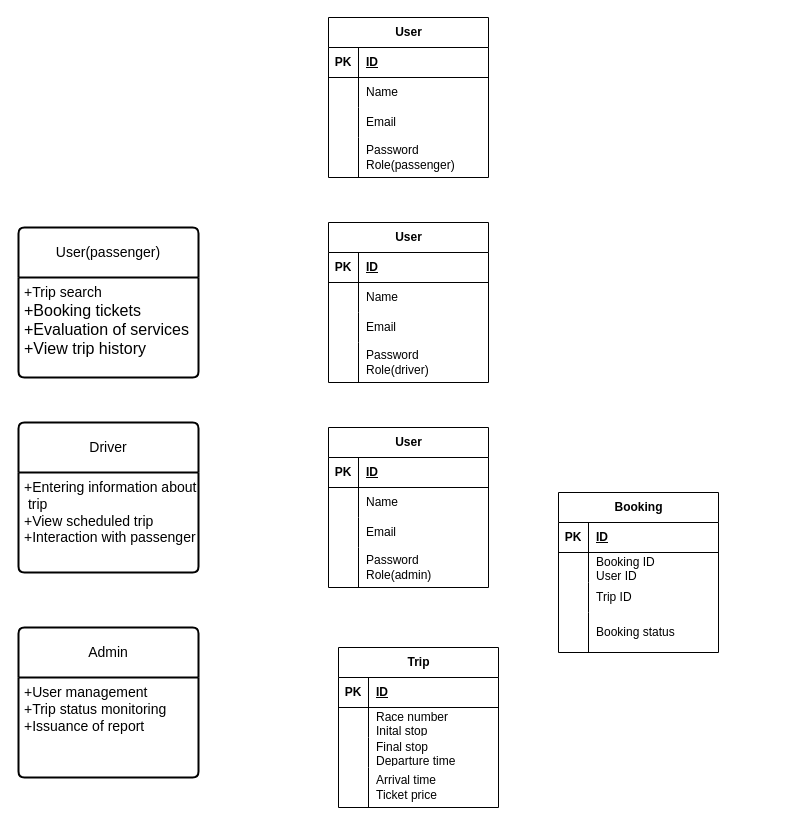
Earlier version of the draw.io diagram Диаграмма курсовая.drawio (Gorodny/Animation). Source tidied: cells renumbered, new cells numbered last; positions are measured from the earlier drawing's top-left corner, leaving out a move shared by most shapes. Both pictures are drawn from the tidied source at 100%, with x=0, y=0 at pixel (18, 17).
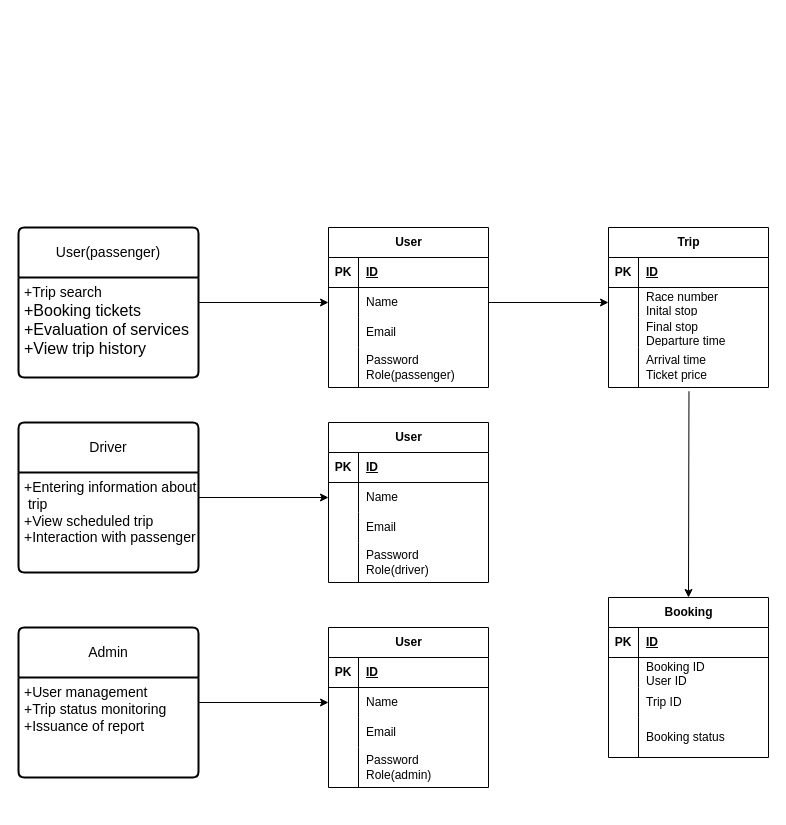
The same diagram, later.

Unchanged cells that the change refers to:
```xml
<mxCell id="3" value="&lt;font style=&quot;font-size: 14px;&quot;&gt;+T&lt;/font&gt;&lt;font style=&quot;font-size: 14px;&quot;&gt;rip search&lt;/font&gt;&lt;div&gt;&lt;font size=&quot;3&quot;&gt;+Booking tickets&lt;/font&gt;&lt;/div&gt;&lt;div&gt;&lt;font size=&quot;3&quot;&gt;+Evaluation of services&lt;/font&gt;&lt;/div&gt;&lt;div&gt;&lt;font size=&quot;3&quot;&gt;+View trip history&lt;/font&gt;&lt;/div&gt;" style="align=left;strokeColor=none;fillColor=none;spacingLeft=4;fontSize=12;verticalAlign=top;html=1;" parent="2" vertex="1">
  <mxGeometry y="50" width="180" height="100" as="geometry" />
</mxCell>
<mxCell id="5" value="&lt;font style=&quot;font-size: 14px;&quot;&gt;+Entering information about&lt;/font&gt;&lt;div&gt;&lt;font style=&quot;font-size: 14px;&quot;&gt;&amp;nbsp;trip&lt;/font&gt;&lt;/div&gt;&lt;div&gt;&lt;font style=&quot;font-size: 14px;&quot;&gt;+View scheduled trip&lt;/font&gt;&lt;/div&gt;&lt;div&gt;&lt;font style=&quot;font-size: 14px;&quot;&gt;+Interaction with passenger&amp;nbsp;&lt;/font&gt;&lt;/div&gt;" style="align=left;strokeColor=none;fillColor=none;spacingLeft=4;fontSize=12;verticalAlign=top;html=1;" parent="4" vertex="1">
  <mxGeometry y="50" width="180" height="100" as="geometry" />
</mxCell>
<mxCell id="7" value="&lt;span style=&quot;font-size: 14px;&quot;&gt;+User management&lt;/span&gt;&lt;div&gt;&lt;span style=&quot;font-size: 14px;&quot;&gt;+Trip status monitoring&lt;/span&gt;&lt;/div&gt;&lt;div&gt;&lt;span style=&quot;font-size: 14px;&quot;&gt;+Issuance of report&lt;/span&gt;&lt;/div&gt;" style="align=left;strokeColor=none;fillColor=none;spacingLeft=4;fontSize=12;verticalAlign=top;html=1;" parent="6" vertex="1">
  <mxGeometry y="50" width="180" height="100" as="geometry" />
</mxCell>
<mxCell id="12" style="shape=tableRow;horizontal=0;startSize=0;swimlaneHead=0;swimlaneBody=0;fillColor=none;points=[[0,0.5],[1,0.5]];portConstraint=eastwest;top=0;left=0;right=0;bottom=0;" parent="8" vertex="1">
  <mxGeometry y="60" width="160" height="30" as="geometry" />
</mxCell>
<mxCell id="25" style="shape=tableRow;horizontal=0;startSize=0;swimlaneHead=0;swimlaneBody=0;fillColor=none;points=[[0,0.5],[1,0.5]];portConstraint=eastwest;top=0;left=0;right=0;bottom=0;" parent="21" vertex="1">
  <mxGeometry y="60" width="160" height="30" as="geometry" />
</mxCell>
<mxCell id="38" style="shape=tableRow;horizontal=0;startSize=0;swimlaneHead=0;swimlaneBody=0;fillColor=none;points=[[0,0.5],[1,0.5]];portConstraint=eastwest;top=0;left=0;right=0;bottom=0;" parent="34" vertex="1">
  <mxGeometry y="60" width="160" height="30" as="geometry" />
</mxCell>
<mxCell id="51" style="shape=tableRow;horizontal=0;startSize=0;swimlaneHead=0;swimlaneBody=0;fillColor=none;points=[[0,0.5],[1,0.5]];portConstraint=eastwest;top=0;left=0;right=0;bottom=0;" parent="47" vertex="1">
  <mxGeometry y="60" width="160" height="30" as="geometry" />
</mxCell>
<mxCell id="57" style="shape=tableRow;horizontal=0;startSize=0;swimlaneHead=0;swimlaneBody=0;fillColor=none;points=[[0,0.5],[1,0.5]];portConstraint=eastwest;top=0;left=0;right=0;bottom=0;" parent="47" vertex="1">
  <mxGeometry y="120" width="160" height="40" as="geometry" />
</mxCell>
```

Change to the diagram source:
```diff
@@
     <mxCell id="8" value="User" style="shape=table;startSize=30;childLayout=tableLayout;rowLines=0;fontStyle=1;align=center;html=1;" parent="1" vertex="1">
-      <mxGeometry x="310" width="160" height="160" as="geometry" />
+      <mxGeometry x="310" y="210" width="160" height="160" as="geometry" />
     </mxCell>
@@
     <mxCell id="21" value="User" style="shape=table;startSize=30;childLayout=tableLayout;rowLines=0;fontStyle=1;align=center;html=1;" parent="1" vertex="1">
-      <mxGeometry x="310" y="205" width="160" height="160" as="geometry" />
+      <mxGeometry x="310" y="405" width="160" height="160" as="geometry" />
     </mxCell>
@@
     <mxCell id="34" value="User" style="shape=table;startSize=30;childLayout=tableLayout;rowLines=0;fontStyle=1;align=center;html=1;" parent="1" vertex="1">
-      <mxGeometry x="310" y="410" width="160" height="160" as="geometry" />
+      <mxGeometry x="310" y="610" width="160" height="160" as="geometry" />
     </mxCell>
@@
     <mxCell id="47" value="Trip" style="shape=table;startSize=30;childLayout=tableLayout;rowLines=0;fontStyle=1;align=center;html=1;" parent="1" vertex="1">
-      <mxGeometry x="320" y="630" width="160" height="160" as="geometry" />
+      <mxGeometry x="590" y="210" width="160" height="160" as="geometry" />
     </mxCell>
@@
     <mxCell id="60" value="Booking" style="shape=table;startSize=30;childLayout=tableLayout;rowLines=0;fontStyle=1;align=center;html=1;" parent="1" vertex="1">
-      <mxGeometry x="540" y="475" width="160" height="160" as="geometry" />
+      <mxGeometry x="590" y="580" width="160" height="160" as="geometry" />
     </mxCell>
@@
+    <mxCell id="73" style="endArrow=classic;html=1;rounded=0;exitX=1;exitY=0.25;exitDx=0;exitDy=0;entryX=0;entryY=0.5;entryDx=0;entryDy=0;" parent="1" edge="1" source="3" target="12">
+      <mxGeometry relative="1" as="geometry" />
+    </mxCell>
+    <mxCell id="74" style="endArrow=classic;html=1;rounded=0;exitX=1;exitY=0.5;exitDx=0;exitDy=0;entryX=0;entryY=0.5;entryDx=0;entryDy=0;" parent="1" edge="1" source="12" target="51">
+      <mxGeometry relative="1" as="geometry" />
+    </mxCell>
+    <mxCell id="75" style="endArrow=classic;html=1;rounded=0;exitX=0.503;exitY=1.094;exitDx=0;exitDy=0;exitPerimeter=0;entryX=0.5;entryY=0;entryDx=0;entryDy=0;" parent="1" edge="1" source="57" target="60">
+      <mxGeometry relative="1" as="geometry" />
+    </mxCell>
+    <mxCell id="76" style="endArrow=classic;html=1;rounded=0;exitX=1;exitY=0.25;exitDx=0;exitDy=0;entryX=0;entryY=0.5;entryDx=0;entryDy=0;" parent="1" edge="1" source="5" target="25">
+      <mxGeometry relative="1" as="geometry" />
+    </mxCell>
+    <mxCell id="77" style="endArrow=classic;html=1;rounded=0;exitX=1;exitY=0.25;exitDx=0;exitDy=0;entryX=0;entryY=0.5;entryDx=0;entryDy=0;" parent="1" edge="1" source="7" target="38">
+      <mxGeometry relative="1" as="geometry" />
+    </mxCell>
```
